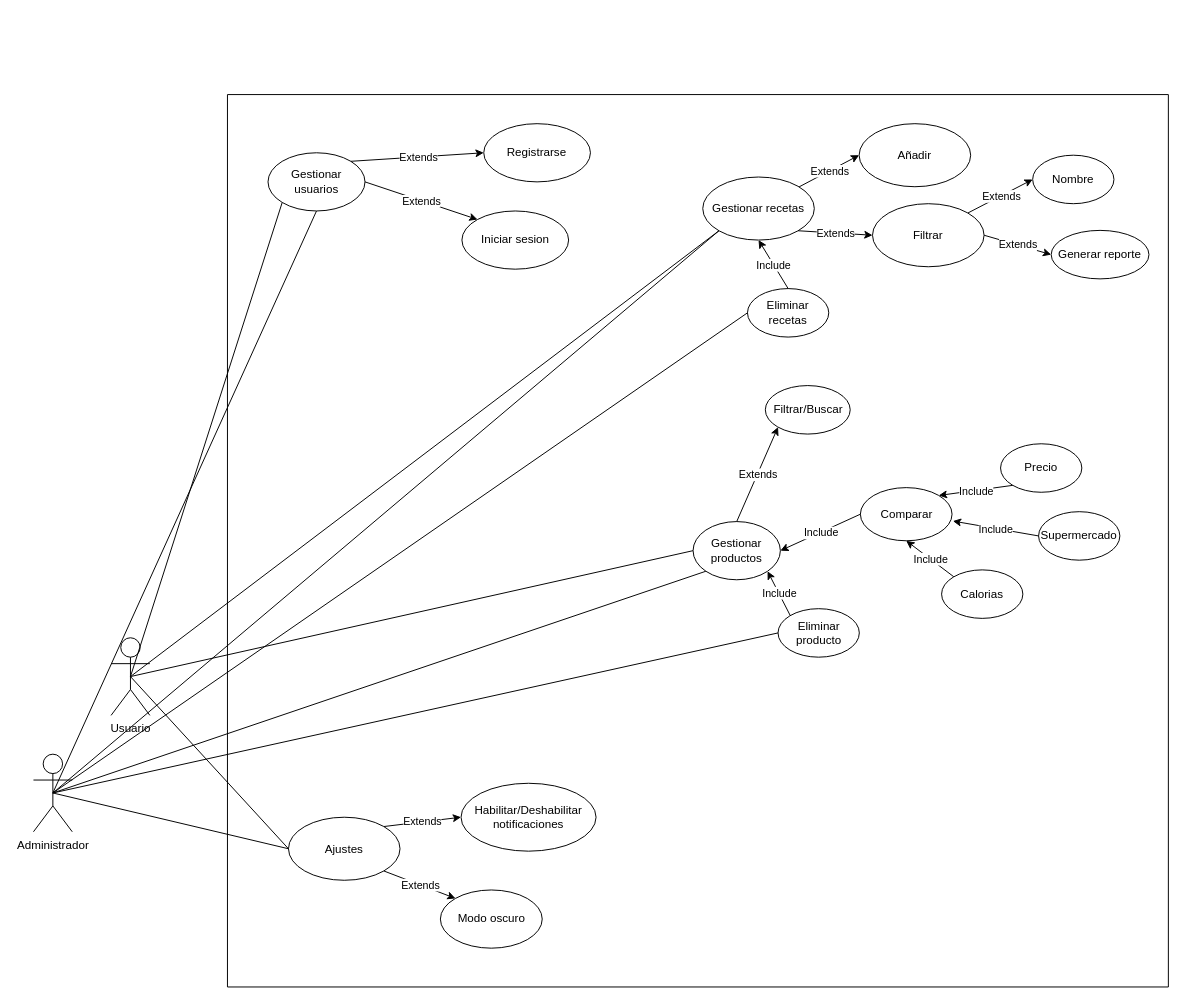
Earlier version of the draw.io diagram diagramas/diagrama-casos-uso.drawio (Jootgitoo/proyecto-final). Source tidied: cells renumbered, new cells numbered last; positions are measured from the earlier drawing's top-left corner, leaving out a move shared by most shapes. Both pictures are drawn from the tidied source at 97%, with x=0, y=0 at pixel (33, 94).
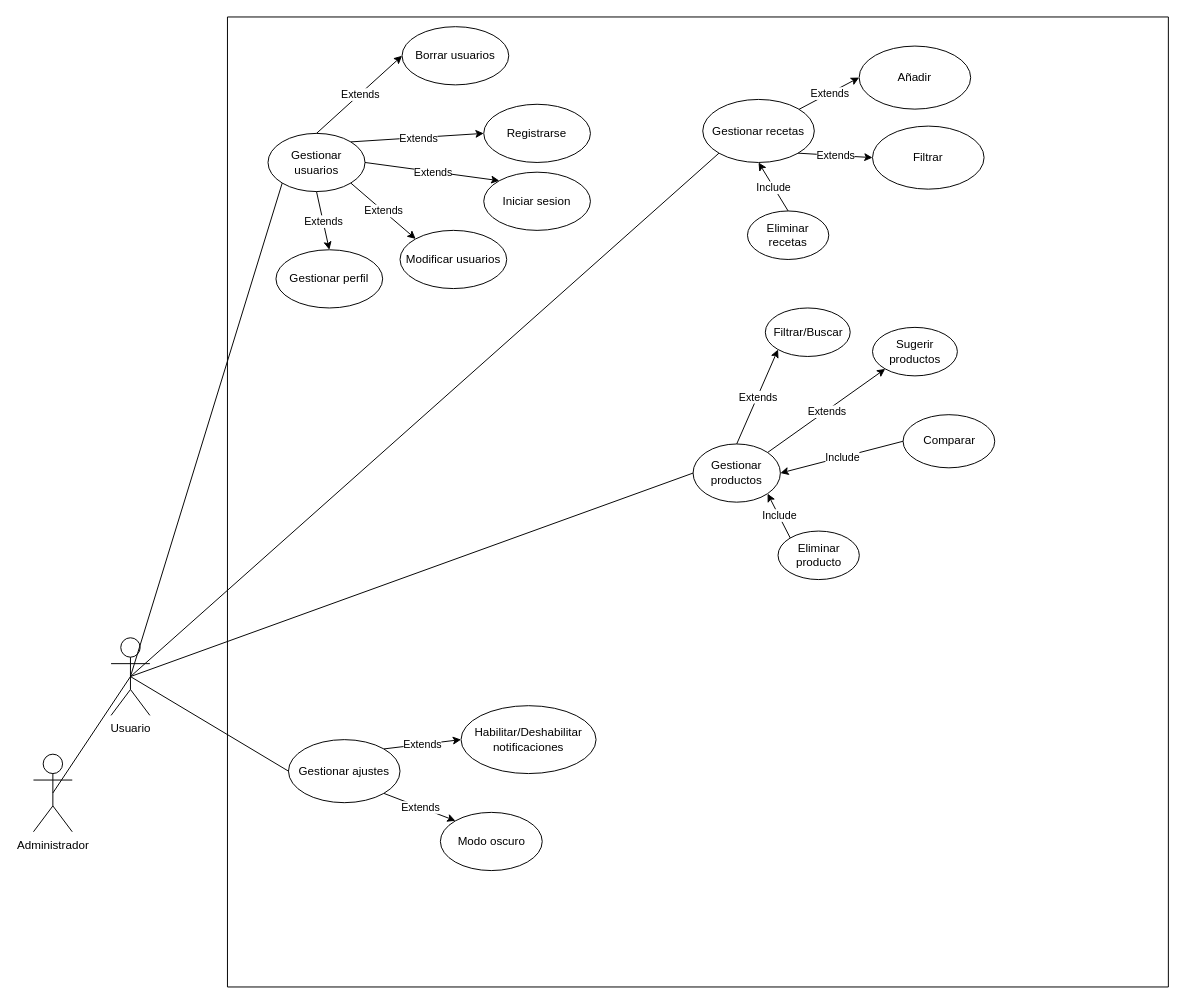
The same diagram, later.

The change refers to these unchanged cells:
```xml
<mxCell id="3" value="Gestionar productos" style="ellipse;whiteSpace=wrap;html=1;" parent="2" vertex="1">
  <mxGeometry x="480" y="440.2" width="90" height="60" as="geometry" />
</mxCell>
<mxCell id="12" value="Gestionar recetas" style="ellipse;whiteSpace=wrap;html=1;" parent="2" vertex="1">
  <mxGeometry x="490" y="85" width="115" height="65" as="geometry" />
</mxCell>
<mxCell id="14" value="Filtrar" style="ellipse;whiteSpace=wrap;html=1;" parent="2" vertex="1">
  <mxGeometry x="665" y="112.5" width="115" height="65" as="geometry" />
</mxCell>
<mxCell id="46" value="Eliminar producto" style="ellipse;whiteSpace=wrap;html=1;" parent="2" vertex="1">
  <mxGeometry x="567.6" y="530" width="83.8" height="50" as="geometry" />
</mxCell>
<mxCell id="49" value="Eliminar recetas" style="ellipse;whiteSpace=wrap;html=1;" parent="2" vertex="1">
  <mxGeometry x="536.1" y="200" width="83.8" height="50" as="geometry" />
</mxCell>
<mxCell id="52" value="Usuario" style="shape=umlActor;verticalLabelPosition=bottom;verticalAlign=top;html=1;outlineConnect=0;" parent="1" vertex="1">
  <mxGeometry x="80" y="560" width="40" height="80" as="geometry" />
</mxCell>
<mxCell id="53" value="Administrador" style="shape=umlActor;verticalLabelPosition=bottom;verticalAlign=top;html=1;outlineConnect=0;" parent="1" vertex="1">
  <mxGeometry y="680" width="40" height="80" as="geometry" />
</mxCell>
```

What changed in the source:
```diff
@@
     <mxCell id="2" style="swimlane;startSize=0;" parent="1" vertex="1">
-      <mxGeometry x="200" width="970" height="920" as="geometry" />
+      <mxGeometry x="200" y="-80" width="970" height="1000" as="geometry" />
     </mxCell>
@@
     <mxCell id="5" value="Gestionar usuarios" style="ellipse;whiteSpace=wrap;html=1;" parent="2" vertex="1">
-      <mxGeometry x="41.8" y="60" width="100" height="60" as="geometry" />
+      <mxGeometry x="41.8" y="120" width="100" height="60" as="geometry" />
     </mxCell>
     <mxCell id="6" value="Registrarse" style="ellipse;whiteSpace=wrap;html=1;" parent="2" vertex="1">
-      <mxGeometry x="264.2" y="30" width="110" height="60" as="geometry" />
+      <mxGeometry x="264.2" y="90" width="110" height="60" as="geometry" />
     </mxCell>
@@
     <mxCell id="9" value="Comparar" style="ellipse;whiteSpace=wrap;html=1;" parent="2" vertex="1">
-      <mxGeometry x="652.5" y="405.2" width="94.5" height="54.8" as="geometry" />
+      <mxGeometry x="696.5" y="410" width="94.5" height="54.8" as="geometry" />
     </mxCell>
@@
-    <mxCell id="19" value="Precio" style="ellipse;whiteSpace=wrap;html=1;" parent="2" vertex="1">
-      <mxGeometry x="797" y="360" width="83.8" height="50" as="geometry" />
-    </mxCell>
-    <mxCell id="20" value="Calorias" style="ellipse;whiteSpace=wrap;html=1;" parent="2" vertex="1">
-      <mxGeometry x="736.2" y="490" width="83.8" height="50" as="geometry" />
-    </mxCell>
-    <mxCell id="21" value="Supermercado" style="ellipse;whiteSpace=wrap;html=1;" parent="2" vertex="1">
-      <mxGeometry x="836.2" y="430" width="83.8" height="50" as="geometry" />
-    </mxCell>
-    <mxCell id="22" style="endArrow=classic;html=1;rounded=0;exitX=0;exitY=1;exitDx=0;exitDy=0;entryX=1;entryY=0;entryDx=0;entryDy=0;" parent="2" edge="1" source="19" target="9">
-      <mxGeometry relative="1" as="geometry" />
-    </mxCell>
-    <mxCell id="23" value="Include" style="edgeLabel;html=1;align=center;verticalAlign=middle;" parent="22" vertex="1">
-      <mxGeometry relative="1" as="geometry" />
-    </mxCell>
-    <mxCell id="24" style="endArrow=classic;html=1;rounded=0;exitX=0;exitY=0;exitDx=0;exitDy=0;entryX=0.5;entryY=1;entryDx=0;entryDy=0;" parent="2" edge="1" source="20" target="9">
-      <mxGeometry relative="1" as="geometry" />
-    </mxCell>
-    <mxCell id="25" value="Include" style="edgeLabel;html=1;align=center;verticalAlign=middle;" parent="24" vertex="1">
-      <mxGeometry relative="1" as="geometry" />
-    </mxCell>
-    <mxCell id="26" style="endArrow=classic;html=1;rounded=0;exitX=0;exitY=0.5;exitDx=0;exitDy=0;entryX=1.009;entryY=0.629;entryDx=0;entryDy=0;entryPerimeter=0;" parent="2" edge="1" source="21" target="9">
-      <mxGeometry relative="1" as="geometry" />
-    </mxCell>
-    <mxCell id="27" value="Include" style="edgeLabel;html=1;align=center;verticalAlign=middle;" parent="26" vertex="1">
-      <mxGeometry relative="1" as="geometry" />
-    </mxCell>
-    <mxCell id="28" value="Nombre" style="ellipse;whiteSpace=wrap;html=1;" parent="2" vertex="1">
-      <mxGeometry x="830.1" y="62.5" width="83.8" height="50" as="geometry" />
-    </mxCell>
-    <mxCell id="29" style="endArrow=classic;html=1;rounded=0;exitX=1;exitY=0;exitDx=0;exitDy=0;entryX=0;entryY=0.5;entryDx=0;entryDy=0;" parent="2" edge="1" source="14" target="28">
-      <mxGeometry relative="1" as="geometry" />
-    </mxCell>
-    <mxCell id="30" value="Extends" style="edgeLabel;html=1;align=center;verticalAlign=middle;" parent="29" vertex="1">
-      <mxGeometry relative="1" as="geometry" />
-    </mxCell>
-    <mxCell id="31" value="Generar reporte" style="ellipse;whiteSpace=wrap;html=1;" parent="2" vertex="1">
-      <mxGeometry x="849.2" y="140" width="100.8" height="50" as="geometry" />
-    </mxCell>
-    <mxCell id="32" style="endArrow=classic;html=1;rounded=0;exitX=1;exitY=0.5;exitDx=0;exitDy=0;entryX=0;entryY=0.5;entryDx=0;entryDy=0;" parent="2" edge="1" source="14" target="31">
-      <mxGeometry relative="1" as="geometry" />
-    </mxCell>
-    <mxCell id="33" value="Extends" style="edgeLabel;html=1;align=center;verticalAlign=middle;" parent="32" vertex="1">
-      <mxGeometry relative="1" as="geometry" />
-    </mxCell>
-    <mxCell id="34" value="Ajustes" style="ellipse;whiteSpace=wrap;html=1;" parent="2" vertex="1">
+    <mxCell id="34" value="Gestionar ajustes" style="ellipse;whiteSpace=wrap;html=1;" parent="2" vertex="1">
       <mxGeometry x="62.9" y="745" width="115" height="65" as="geometry" />
     </mxCell>
@@
     <mxCell id="41" value="Iniciar sesion" style="ellipse;whiteSpace=wrap;html=1;" parent="2" vertex="1">
-      <mxGeometry x="241.7" y="120" width="110" height="60" as="geometry" />
+      <mxGeometry x="264.2" y="160" width="110" height="60" as="geometry" />
     </mxCell>
@@
+    <mxCell id="64" value="Borrar usuarios" style="ellipse;whiteSpace=wrap;html=1;" parent="2" vertex="1">
+      <mxGeometry x="180" y="10" width="110" height="60" as="geometry" />
+    </mxCell>
+    <mxCell id="65" style="endArrow=classic;html=1;rounded=0;entryX=0;entryY=0.5;entryDx=0;entryDy=0;exitX=0.5;exitY=0;exitDx=0;exitDy=0;" parent="2" edge="1" source="5" target="64">
+      <mxGeometry relative="1" as="geometry" />
+    </mxCell>
+    <mxCell id="66" value="Extends" style="edgeLabel;html=1;align=center;verticalAlign=middle;" parent="65" vertex="1">
+      <mxGeometry relative="1" as="geometry" />
+    </mxCell>
+    <mxCell id="67" value="Modificar usuarios" style="ellipse;whiteSpace=wrap;html=1;" parent="2" vertex="1">
+      <mxGeometry x="177.9" y="220" width="110" height="60" as="geometry" />
+    </mxCell>
+    <mxCell id="68" value="Gestionar perfil" style="ellipse;whiteSpace=wrap;html=1;" parent="2" vertex="1">
+      <mxGeometry x="50" y="240" width="110" height="60" as="geometry" />
+    </mxCell>
+    <mxCell id="69" style="endArrow=classic;html=1;rounded=0;entryX=0;entryY=0;entryDx=0;entryDy=0;exitX=1;exitY=1;exitDx=0;exitDy=0;" parent="2" edge="1" source="5" target="67">
+      <mxGeometry relative="1" as="geometry" />
+    </mxCell>
+    <mxCell id="70" value="Extends" style="edgeLabel;html=1;align=center;verticalAlign=middle;" parent="69" vertex="1">
+      <mxGeometry relative="1" as="geometry" />
+    </mxCell>
+    <mxCell id="71" style="endArrow=classic;html=1;rounded=0;entryX=0.5;entryY=0;entryDx=0;entryDy=0;exitX=0.5;exitY=1;exitDx=0;exitDy=0;" parent="2" edge="1" source="5" target="68">
+      <mxGeometry relative="1" as="geometry" />
+    </mxCell>
+    <mxCell id="72" value="Extends" style="edgeLabel;html=1;align=center;verticalAlign=middle;" parent="71" vertex="1">
+      <mxGeometry relative="1" as="geometry" />
+    </mxCell>
+    <mxCell id="73" value="Sugerir productos" style="ellipse;whiteSpace=wrap;html=1;" parent="2" vertex="1">
+      <mxGeometry x="665" y="320" width="87.5" height="50" as="geometry" />
+    </mxCell>
+    <mxCell id="74" style="endArrow=classic;html=1;rounded=0;exitX=1;exitY=0;exitDx=0;exitDy=0;entryX=0;entryY=1;entryDx=0;entryDy=0;" parent="2" edge="1" source="3" target="73">
+      <mxGeometry relative="1" as="geometry" />
+    </mxCell>
+    <mxCell id="75" value="Extends" style="edgeLabel;html=1;align=center;verticalAlign=middle;" parent="74" vertex="1">
+      <mxGeometry relative="1" as="geometry" />
+    </mxCell>
@@
-    <mxCell id="58" style="endArrow=none;html=1;rounded=0;exitX=0.5;exitY=0.5;exitDx=0;exitDy=0;exitPerimeter=0;entryX=0;entryY=0.5;entryDx=0;entryDy=0;" parent="1" edge="1" source="53" target="46">
-      <mxGeometry relative="1" as="geometry" />
-    </mxCell>
-    <mxCell id="59" style="endArrow=none;html=1;rounded=0;exitX=0.5;exitY=0.5;exitDx=0;exitDy=0;exitPerimeter=0;entryX=0;entryY=0.5;entryDx=0;entryDy=0;" parent="1" edge="1" source="53" target="49">
-      <mxGeometry relative="1" as="geometry" />
-    </mxCell>
-    <mxCell id="60" style="endArrow=none;html=1;rounded=0;exitX=0.5;exitY=0.5;exitDx=0;exitDy=0;exitPerimeter=0;entryX=0.5;entryY=1;entryDx=0;entryDy=0;" parent="1" edge="1" source="53" target="5">
-      <mxGeometry relative="1" as="geometry" />
-    </mxCell>
-    <mxCell id="61" style="endArrow=none;html=1;rounded=0;exitX=0.5;exitY=0.5;exitDx=0;exitDy=0;exitPerimeter=0;entryX=0;entryY=0.5;entryDx=0;entryDy=0;" parent="1" edge="1" source="53" target="34">
-      <mxGeometry relative="1" as="geometry" />
-    </mxCell>
-    <mxCell id="62" style="endArrow=none;html=1;rounded=0;exitX=0.5;exitY=0.5;exitDx=0;exitDy=0;exitPerimeter=0;entryX=0;entryY=1;entryDx=0;entryDy=0;" parent="1" edge="1" source="53" target="12">
-      <mxGeometry relative="1" as="geometry" />
-    </mxCell>
-    <mxCell id="63" style="endArrow=none;html=1;rounded=0;exitX=0.5;exitY=0.5;exitDx=0;exitDy=0;exitPerimeter=0;entryX=0;entryY=1;entryDx=0;entryDy=0;" parent="1" edge="1" source="53" target="3">
-      <mxGeometry relative="1" as="geometry" />
-    </mxCell>
+    <mxCell id="76" style="endArrow=none;html=1;rounded=0;entryX=0.5;entryY=0.5;entryDx=0;entryDy=0;exitX=0.5;exitY=0.5;exitDx=0;exitDy=0;exitPerimeter=0;entryPerimeter=0;" parent="1" edge="1" source="53" target="52">
+      <mxGeometry relative="1" as="geometry" />
+    </mxCell>
```
